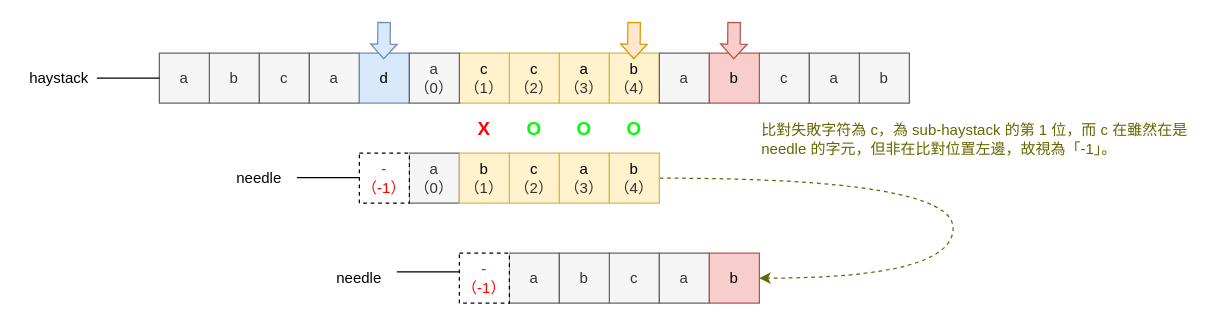
This is page "第 3 页" (2 of 3) of docs/0028_find_the_index_of_the_first_occurrence_in_a_string_bm_bc.drawio from rickbsr/example-leetcode, a draw.io file, before an edit. Source tidied: cells renumbered, new cells numbered last; positions are measured from the earlier drawing's top-left corner, leaving out a move shared by most shapes. Both pictures are drawn from the tidied source at 125%, with x=0, y=0 at pixel (21, 21).
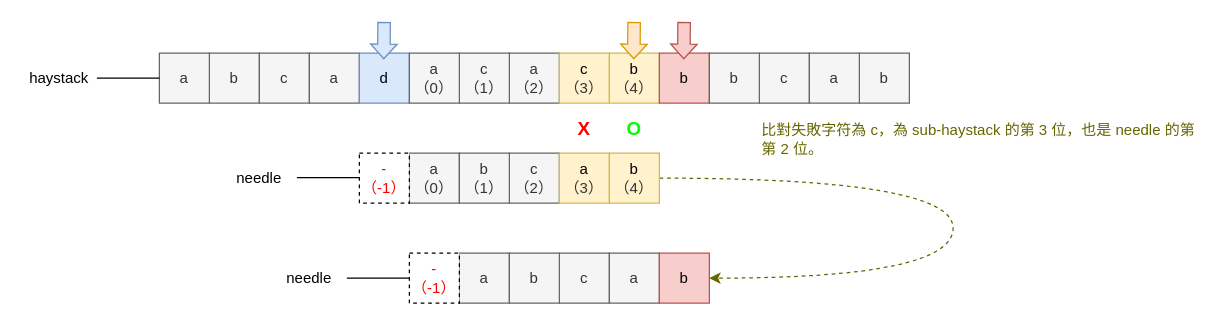
After the change.

The edit, as a diff of the source:
```diff
@@
     <mxCell id="2" value="&lt;font color=&quot;#ff0000&quot; style=&quot;font-size: 15px;&quot;&gt;&lt;b style=&quot;&quot;&gt;X&lt;/b&gt;&lt;/font&gt;" style="rounded=0;whiteSpace=wrap;html=1;fontSize=15;strokeColor=none;" parent="1" vertex="1">
-      <mxGeometry x="350" y="65" width="40" height="40" as="geometry" />
+      <mxGeometry x="430" y="65" width="40" height="40" as="geometry" />
     </mxCell>
-    <mxCell id="3" value="&lt;font&gt;&lt;b&gt;O&lt;/b&gt;&lt;/font&gt;" style="rounded=0;whiteSpace=wrap;html=1;fontSize=15;strokeColor=none;fontColor=#00FF00;" parent="1" vertex="1">
-      <mxGeometry x="430" y="65" width="40" height="40" as="geometry" />
-    </mxCell>
@@
-    <mxCell id="5" value="&lt;font&gt;&lt;b&gt;O&lt;/b&gt;&lt;/font&gt;" style="rounded=0;whiteSpace=wrap;html=1;fontSize=15;strokeColor=none;fontColor=#00FF00;" parent="1" vertex="1">
-      <mxGeometry x="390" y="65" width="40" height="40" as="geometry" />
-    </mxCell>
@@
-    <mxCell id="10" value="c&lt;br style=&quot;color: rgb(51, 51, 51);&quot;&gt;&lt;span style=&quot;color: rgb(51, 51, 51);&quot;&gt;（2）&lt;/span&gt;" style="rounded=0;whiteSpace=wrap;html=1;fillColor=#fff2cc;strokeColor=#d6b656;" parent="1" vertex="1">
+    <mxCell id="10" value="a&lt;br style=&quot;color: rgb(51, 51, 51);&quot;&gt;&lt;span style=&quot;color: rgb(51, 51, 51);&quot;&gt;（2）&lt;/span&gt;" style="rounded=0;whiteSpace=wrap;html=1;fillColor=#f5f5f5;strokeColor=#666666;fontColor=#333333;" parent="1" vertex="1">
       <mxGeometry x="390" y="25" width="40" height="40" as="geometry" />
     </mxCell>
@@
-    <mxCell id="13" value="c&lt;br style=&quot;color: rgb(51, 51, 51);&quot;&gt;&lt;span style=&quot;color: rgb(51, 51, 51);&quot;&gt;（1）&lt;/span&gt;" style="rounded=0;whiteSpace=wrap;html=1;fillColor=#fff2cc;strokeColor=#d6b656;" parent="1" vertex="1">
+    <mxCell id="13" value="c&lt;br style=&quot;color: rgb(51, 51, 51);&quot;&gt;&lt;span style=&quot;color: rgb(51, 51, 51);&quot;&gt;（1）&lt;/span&gt;" style="rounded=0;whiteSpace=wrap;html=1;fillColor=#f5f5f5;strokeColor=#666666;fontColor=#333333;" parent="1" vertex="1">
       <mxGeometry x="350" y="25" width="40" height="40" as="geometry" />
     </mxCell>
@@
-    <mxCell id="20" value="c&lt;br style=&quot;color: rgb(51, 51, 51);&quot;&gt;&lt;span style=&quot;color: rgb(51, 51, 51);&quot;&gt;（2）&lt;/span&gt;" style="rounded=0;whiteSpace=wrap;html=1;fillColor=#fff2cc;strokeColor=#d6b656;" parent="1" vertex="1">
+    <mxCell id="20" value="c&lt;br style=&quot;color: rgb(51, 51, 51);&quot;&gt;&lt;span style=&quot;color: rgb(51, 51, 51);&quot;&gt;（2）&lt;/span&gt;" style="rounded=0;whiteSpace=wrap;html=1;fillColor=#f5f5f5;strokeColor=#666666;fontColor=#333333;" parent="1" vertex="1">
       <mxGeometry x="390" y="105" width="40" height="40" as="geometry" />
     </mxCell>
@@
-    <mxCell id="22" value="b&lt;br style=&quot;color: rgb(51, 51, 51);&quot;&gt;&lt;span style=&quot;color: rgb(51, 51, 51);&quot;&gt;（1）&lt;/span&gt;" style="rounded=0;whiteSpace=wrap;html=1;fillColor=#fff2cc;strokeColor=#d6b656;" parent="1" vertex="1">
+    <mxCell id="22" value="b&lt;br style=&quot;color: rgb(51, 51, 51);&quot;&gt;&lt;span style=&quot;color: rgb(51, 51, 51);&quot;&gt;（1）&lt;/span&gt;" style="rounded=0;whiteSpace=wrap;html=1;fillColor=#f5f5f5;strokeColor=#666666;fontColor=#333333;" parent="1" vertex="1">
       <mxGeometry x="350" y="105" width="40" height="40" as="geometry" />
     </mxCell>
@@
-    <mxCell id="25" value="a&lt;br style=&quot;color: rgb(51, 51, 51);&quot;&gt;&lt;span style=&quot;color: rgb(51, 51, 51);&quot;&gt;（3）&lt;/span&gt;" style="rounded=0;whiteSpace=wrap;html=1;fillColor=#fff2cc;strokeColor=#d6b656;" parent="1" vertex="1">
+    <mxCell id="25" value="c&lt;br style=&quot;color: rgb(51, 51, 51);&quot;&gt;&lt;span style=&quot;color: rgb(51, 51, 51);&quot;&gt;（3）&lt;/span&gt;" style="rounded=0;whiteSpace=wrap;html=1;fillColor=#fff2cc;strokeColor=#d6b656;" parent="1" vertex="1">
       <mxGeometry x="430" y="25" width="40" height="40" as="geometry" />
     </mxCell>
@@
     <mxCell id="27" value="c" style="rounded=0;whiteSpace=wrap;html=1;fillColor=#f5f5f5;strokeColor=#666666;fontColor=#333333;" parent="1" vertex="1">
-      <mxGeometry x="470" y="185" width="40" height="40" as="geometry" />
+      <mxGeometry x="430" y="185" width="40" height="40" as="geometry" />
     </mxCell>
     <mxCell id="28" value="a&lt;br&gt;" style="rounded=0;whiteSpace=wrap;html=1;fillColor=#f5f5f5;fontColor=#333333;strokeColor=#666666;" parent="1" vertex="1">
-      <mxGeometry x="390" y="185" width="40" height="40" as="geometry" />
+      <mxGeometry x="350" y="185" width="40" height="40" as="geometry" />
     </mxCell>
     <mxCell id="29" value="b" style="rounded=0;whiteSpace=wrap;html=1;fillColor=#f5f5f5;strokeColor=#666666;fontColor=#333333;" parent="1" vertex="1">
-      <mxGeometry x="430" y="185" width="40" height="40" as="geometry" />
+      <mxGeometry x="390" y="185" width="40" height="40" as="geometry" />
     </mxCell>
     <mxCell id="30" style="edgeStyle=orthogonalEdgeStyle;rounded=0;orthogonalLoop=1;jettySize=auto;html=1;exitX=1;exitY=0.5;exitDx=0;exitDy=0;entryX=0;entryY=0.5;entryDx=0;entryDy=0;endArrow=none;endFill=0;" parent="1" edge="1">
       <mxGeometry relative="1" as="geometry">
-        <mxPoint x="300" y="200" as="sourcePoint" />
-        <mxPoint x="350" y="200" as="targetPoint" />
+        <mxPoint x="260" y="205" as="sourcePoint" />
+        <mxPoint x="310" y="205" as="targetPoint" />
       </mxGeometry>
     </mxCell>
     <mxCell id="31" value="needle" style="text;html=1;strokeColor=none;fillColor=none;align=center;verticalAlign=middle;whiteSpace=wrap;rounded=0;" parent="1" vertex="1">
-      <mxGeometry x="240" y="190" width="60" height="30" as="geometry" />
+      <mxGeometry x="200" y="190" width="60" height="30" as="geometry" />
     </mxCell>
-    <mxCell id="32" value="a" style="rounded=0;whiteSpace=wrap;html=1;fillColor=#f5f5f5;strokeColor=#666666;fontColor=#333333;" parent="1" vertex="1">
+    <mxCell id="32" value="b" style="rounded=0;whiteSpace=wrap;html=1;fillColor=#f8cecc;strokeColor=#b85450;" parent="1" vertex="1">
       <mxGeometry x="510" y="25" width="40" height="40" as="geometry" />
     </mxCell>
-    <mxCell id="33" value="b" style="rounded=0;whiteSpace=wrap;html=1;fillColor=#f8cecc;strokeColor=#b85450;" parent="1" vertex="1">
+    <mxCell id="33" value="b" style="rounded=0;whiteSpace=wrap;html=1;fillColor=#f5f5f5;strokeColor=#666666;fontColor=#333333;" parent="1" vertex="1">
       <mxGeometry x="550" y="25" width="40" height="40" as="geometry" />
     </mxCell>
     <mxCell id="34" style="shape=flexArrow;endArrow=classic;html=1;rounded=0;endWidth=10.263157894736842;endSize=3.5605263157894735;fillColor=#f8cecc;strokeColor=#b85450;" parent="1" edge="1">
       <mxGeometry relative="1" as="geometry">
-        <mxPoint x="569.8" as="sourcePoint" />
-        <mxPoint x="569.5" y="30" as="targetPoint" />
+        <mxPoint x="529.8" as="sourcePoint" />
+        <mxPoint x="529.5" y="30" as="targetPoint" />
       </mxGeometry>
     </mxCell>
@@
     <mxCell id="39" value="a" style="rounded=0;whiteSpace=wrap;html=1;fillColor=#f5f5f5;strokeColor=#666666;fontColor=#333333;" parent="1" vertex="1">
-      <mxGeometry x="510" y="185" width="40" height="40" as="geometry" />
+      <mxGeometry x="470" y="185" width="40" height="40" as="geometry" />
     </mxCell>
     <mxCell id="40" value="b" style="rounded=0;whiteSpace=wrap;html=1;fillColor=#f8cecc;strokeColor=#b85450;" parent="1" vertex="1">
-      <mxGeometry x="550" y="185" width="40" height="40" as="geometry" />
+      <mxGeometry x="510" y="185" width="40" height="40" as="geometry" />
     </mxCell>
@@
-    <mxCell id="42" value="&lt;font&gt;比對失敗字符為 c，為 sub-haystack 的第 1 位，而 c 在雖然在是 needle 的字元，但非在比對位置左邊，故視為「-1」。&lt;br&gt;&lt;/font&gt;" style="text;html=1;strokeColor=none;fillColor=none;align=left;verticalAlign=middle;whiteSpace=wrap;rounded=0;fontColor=#666600;" parent="1" vertex="1">
+    <mxCell id="42" value="&lt;font&gt;比對失敗字符為 c，為 sub-haystack 的第 3 位，也是 needle 的第第 2 位。&lt;br&gt;&lt;/font&gt;" style="text;html=1;strokeColor=none;fillColor=none;align=left;verticalAlign=middle;whiteSpace=wrap;rounded=0;fontColor=#666600;" parent="1" vertex="1">
       <mxGeometry x="590" y="65" width="360" height="57.5" as="geometry" />
     </mxCell>
     <mxCell id="43" value="-&lt;br&gt;（-1）" style="rounded=0;whiteSpace=wrap;html=1;dashed=1;fontColor=#FF0000;" parent="1" vertex="1">
-      <mxGeometry x="350" y="185" width="40" height="40" as="geometry" />
+      <mxGeometry x="310" y="185" width="40" height="40" as="geometry" />
     </mxCell>
```
